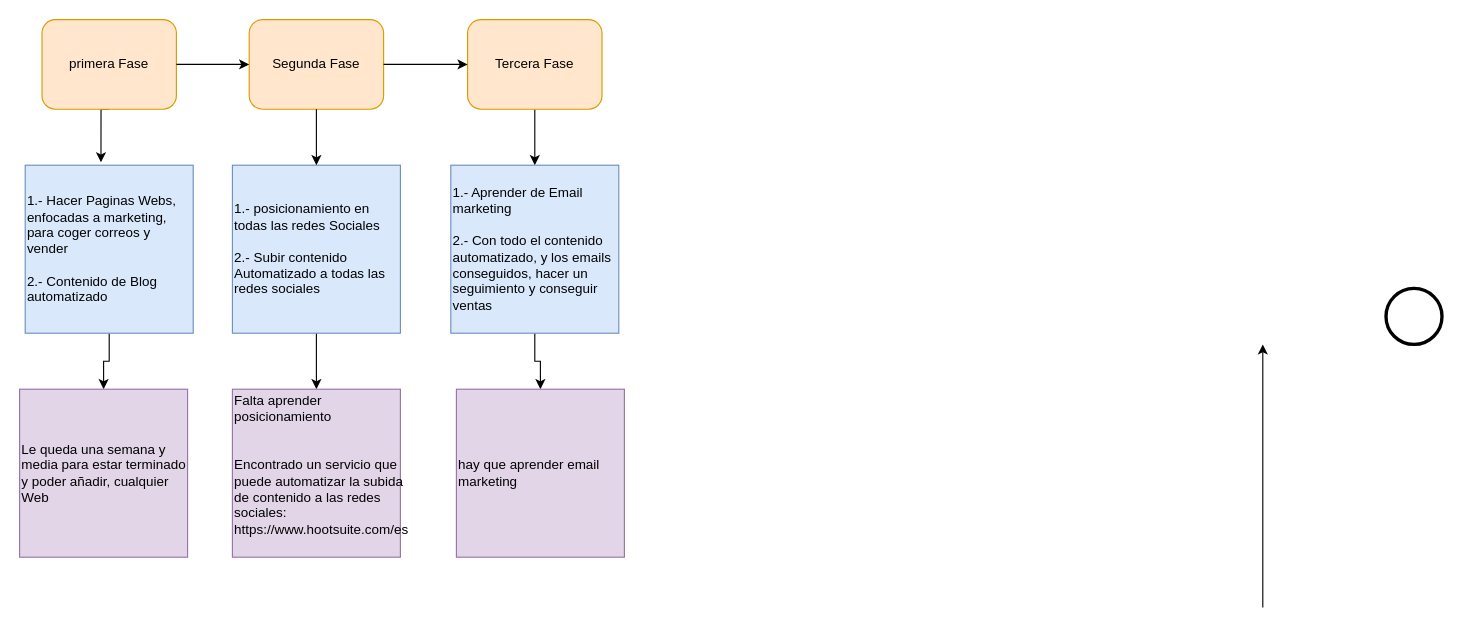
Before: Diagrama sin título.drawio in joelsct98/MisDiagramas, a draw.io diagram. Source tidied: cells renumbered, new cells numbered last; positions are measured from the earlier drawing's top-left corner, leaving out a move shared by most shapes. Both pictures are drawn from the tidied source at 112%, with x=0, y=0 at pixel (19, 19).
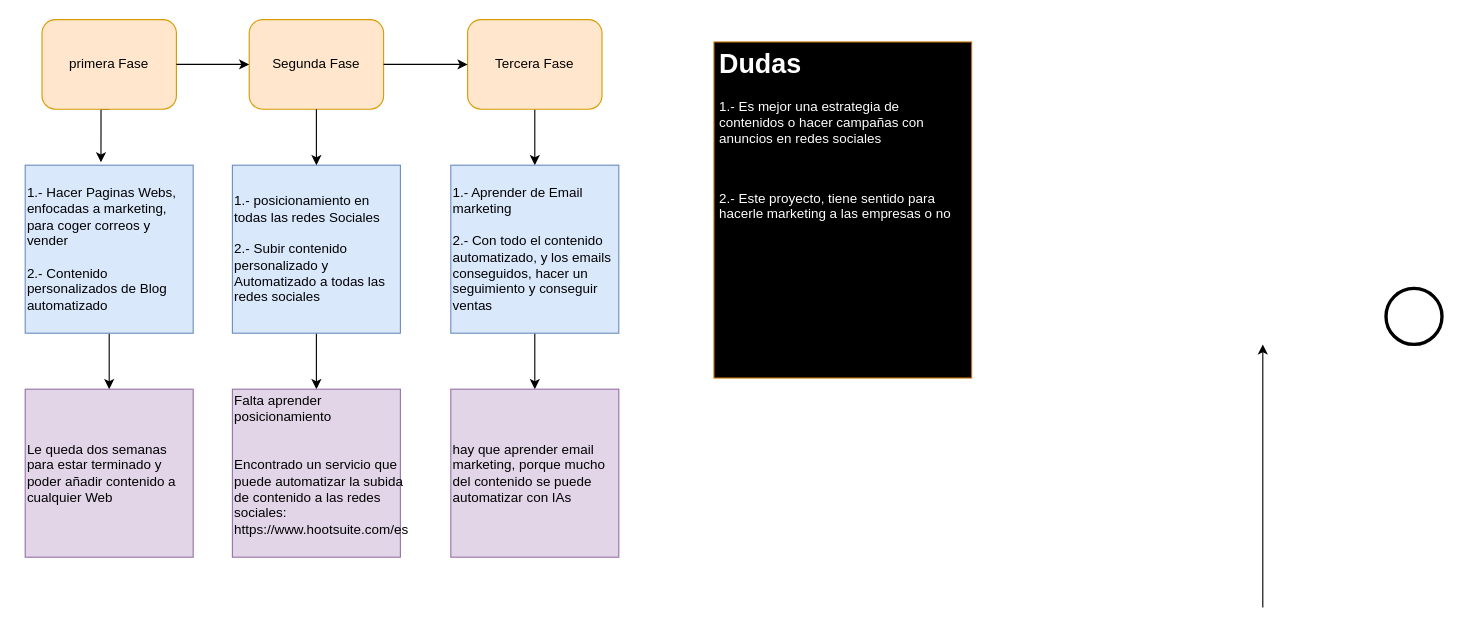
After the change.

The edit, as a diff of the source:
```diff
@@
-    <mxCell id="9" value="&lt;div style=&quot;&quot;&gt;&lt;span style=&quot;background-color: initial;&quot;&gt;1.- Hacer Paginas Webs, enfocadas a marketing, para coger correos y vender&lt;/span&gt;&lt;/div&gt;&lt;div style=&quot;&quot;&gt;&lt;span style=&quot;background-color: initial;&quot;&gt;&amp;nbsp;&lt;/span&gt;&lt;/div&gt;&lt;div style=&quot;&quot;&gt;&lt;span style=&quot;background-color: initial;&quot;&gt;2.- Contenido de Blog automatizado&lt;/span&gt;&lt;/div&gt;" style="whiteSpace=wrap;html=1;fillColor=#dae8fc;strokeColor=#6c8ebf;align=left;" parent="1" vertex="1">
+    <mxCell id="9" value="&lt;div style=&quot;&quot;&gt;&lt;span style=&quot;background-color: initial;&quot;&gt;1.- Hacer Paginas Webs, enfocadas a marketing, para coger correos y vender&lt;/span&gt;&lt;/div&gt;&lt;div style=&quot;&quot;&gt;&lt;span style=&quot;background-color: initial;&quot;&gt;&amp;nbsp;&lt;/span&gt;&lt;/div&gt;&lt;div style=&quot;&quot;&gt;&lt;span style=&quot;background-color: initial;&quot;&gt;2.- Contenido personalizados de Blog automatizado&lt;/span&gt;&lt;/div&gt;" style="whiteSpace=wrap;html=1;fillColor=#dae8fc;strokeColor=#6c8ebf;align=left;" parent="1" vertex="1">
       <mxGeometry x="5" y="130" width="150" height="150" as="geometry" />
     </mxCell>
@@
-    <mxCell id="11" value="&lt;div style=&quot;&quot;&gt;&lt;span style=&quot;background-color: initial;&quot;&gt;1.- posicionamiento en todas las redes Sociales&lt;/span&gt;&lt;/div&gt;&lt;div style=&quot;&quot;&gt;&lt;span style=&quot;background-color: initial;&quot;&gt;&amp;nbsp;&lt;/span&gt;&lt;/div&gt;&lt;div style=&quot;&quot;&gt;&lt;span style=&quot;background-color: initial;&quot;&gt;2.- Subir contenido Automatizado a todas las redes sociales&lt;/span&gt;&lt;/div&gt;" style="whiteSpace=wrap;html=1;fillColor=#dae8fc;strokeColor=#6c8ebf;align=left;" parent="1" vertex="1">
+    <mxCell id="11" value="&lt;div style=&quot;&quot;&gt;&lt;span style=&quot;background-color: initial;&quot;&gt;1.- posicionamiento en todas las redes Sociales&lt;/span&gt;&lt;/div&gt;&lt;div style=&quot;&quot;&gt;&lt;span style=&quot;background-color: initial;&quot;&gt;&amp;nbsp;&lt;/span&gt;&lt;/div&gt;&lt;div style=&quot;&quot;&gt;&lt;span style=&quot;background-color: initial;&quot;&gt;2.- Subir contenido personalizado y Automatizado a todas las redes sociales&lt;/span&gt;&lt;/div&gt;" style="whiteSpace=wrap;html=1;fillColor=#dae8fc;strokeColor=#6c8ebf;align=left;" parent="1" vertex="1">
       <mxGeometry x="190" y="130" width="150" height="150" as="geometry" />
     </mxCell>
@@
-    <mxCell id="18" value="&lt;div style=&quot;&quot;&gt;Le queda una semana y media para estar terminado y poder añadir, cualquier Web&lt;/div&gt;" style="whiteSpace=wrap;html=1;fillColor=#e1d5e7;strokeColor=#9673a6;align=left;" parent="1" vertex="1">
-      <mxGeometry y="330" width="150" height="150" as="geometry" />
+    <mxCell id="18" value="&lt;div style=&quot;&quot;&gt;Le queda dos semanas para estar terminado y poder añadir contenido a cualquier Web&lt;/div&gt;" style="whiteSpace=wrap;html=1;fillColor=#e1d5e7;strokeColor=#9673a6;align=left;" parent="1" vertex="1">
+      <mxGeometry x="5" y="330" width="150" height="150" as="geometry" />
     </mxCell>
@@
-    <mxCell id="20" value="&lt;div style=&quot;&quot;&gt;hay que aprender email marketing&amp;nbsp;&lt;/div&gt;" style="whiteSpace=wrap;html=1;fillColor=#e1d5e7;strokeColor=#9673a6;align=left;" parent="1" vertex="1">
-      <mxGeometry x="390" y="330" width="150" height="150" as="geometry" />
+    <mxCell id="20" value="&lt;div style=&quot;&quot;&gt;hay que aprender email marketing, porque mucho del contenido se puede automatizar con IAs&lt;/div&gt;" style="whiteSpace=wrap;html=1;fillColor=#e1d5e7;strokeColor=#9673a6;align=left;" parent="1" vertex="1">
+      <mxGeometry x="385" y="330" width="150" height="150" as="geometry" />
     </mxCell>
+    <mxCell id="21" value="&lt;h1&gt;Dudas&lt;/h1&gt;&lt;p&gt;1.- Es mejor una estrategia de contenidos o hacer campañas con anuncios en redes sociales&lt;/p&gt;&lt;p&gt;&lt;span style=&quot;background-color: initial;&quot;&gt;&lt;br&gt;&lt;/span&gt;&lt;/p&gt;&lt;p&gt;&lt;span style=&quot;background-color: initial;&quot;&gt;2.- Este proyecto, tiene sentido para hacerle marketing a las empresas o no&lt;/span&gt;&lt;br&gt;&lt;/p&gt;" style="text;html=1;strokeColor=#BD7000;fillColor=#000000;spacing=5;spacingTop=-20;whiteSpace=wrap;overflow=hidden;rounded=0;fontColor=#FFFFFF;" parent="1" vertex="1">
+      <mxGeometry x="620" y="20" width="230" height="300" as="geometry" />
+    </mxCell>
```
